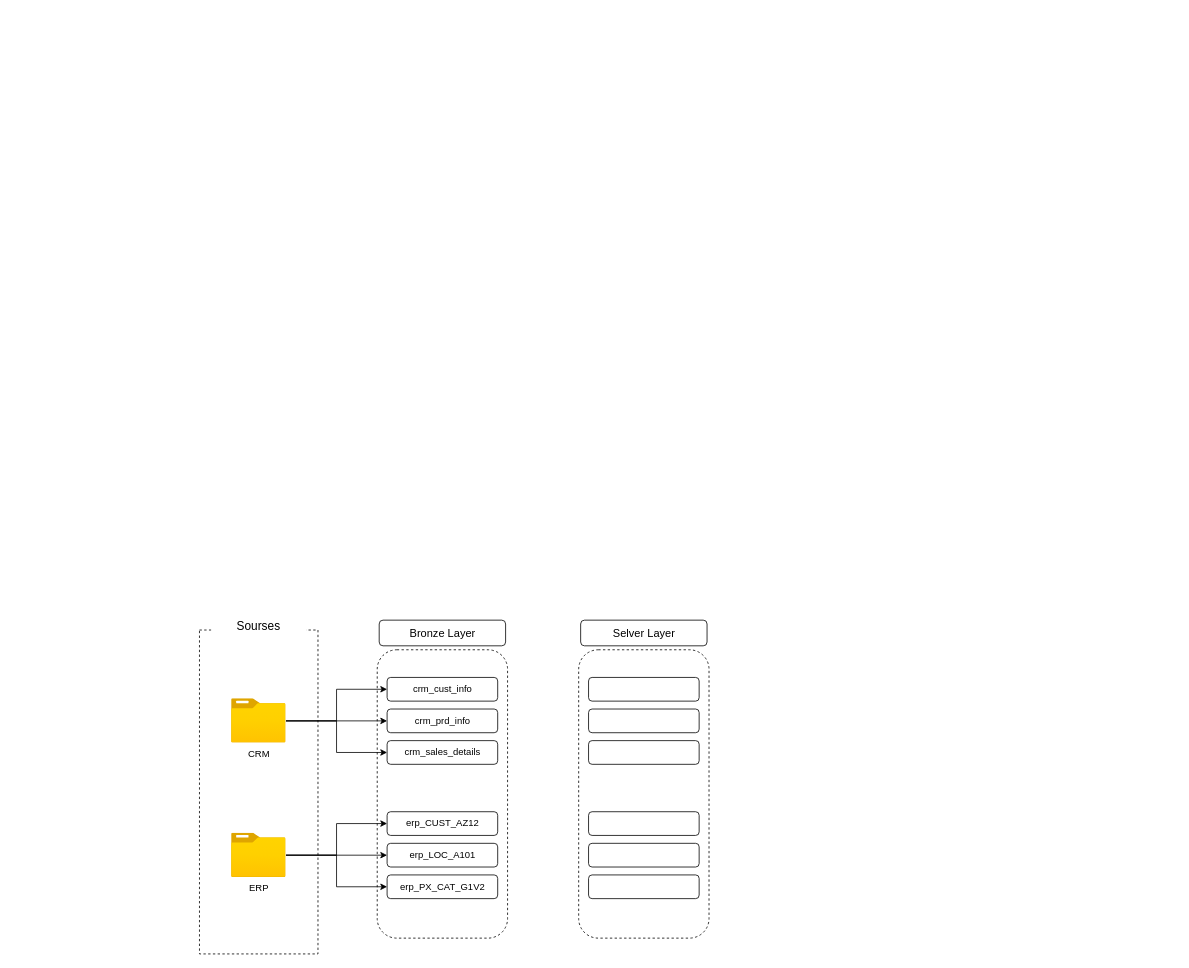
MEldeeeb/SQL-DWH-Project keeps this draw.io diagram as DWH diagram.drawio. Above is the earlier version. Source tidied: cells renumbered, new cells numbered last; positions are measured from the earlier drawing's top-left corner, leaving out a move shared by most shapes. Both pictures are drawn from the tidied source at 79%, with x=0, y=0 at pixel (199, 606).
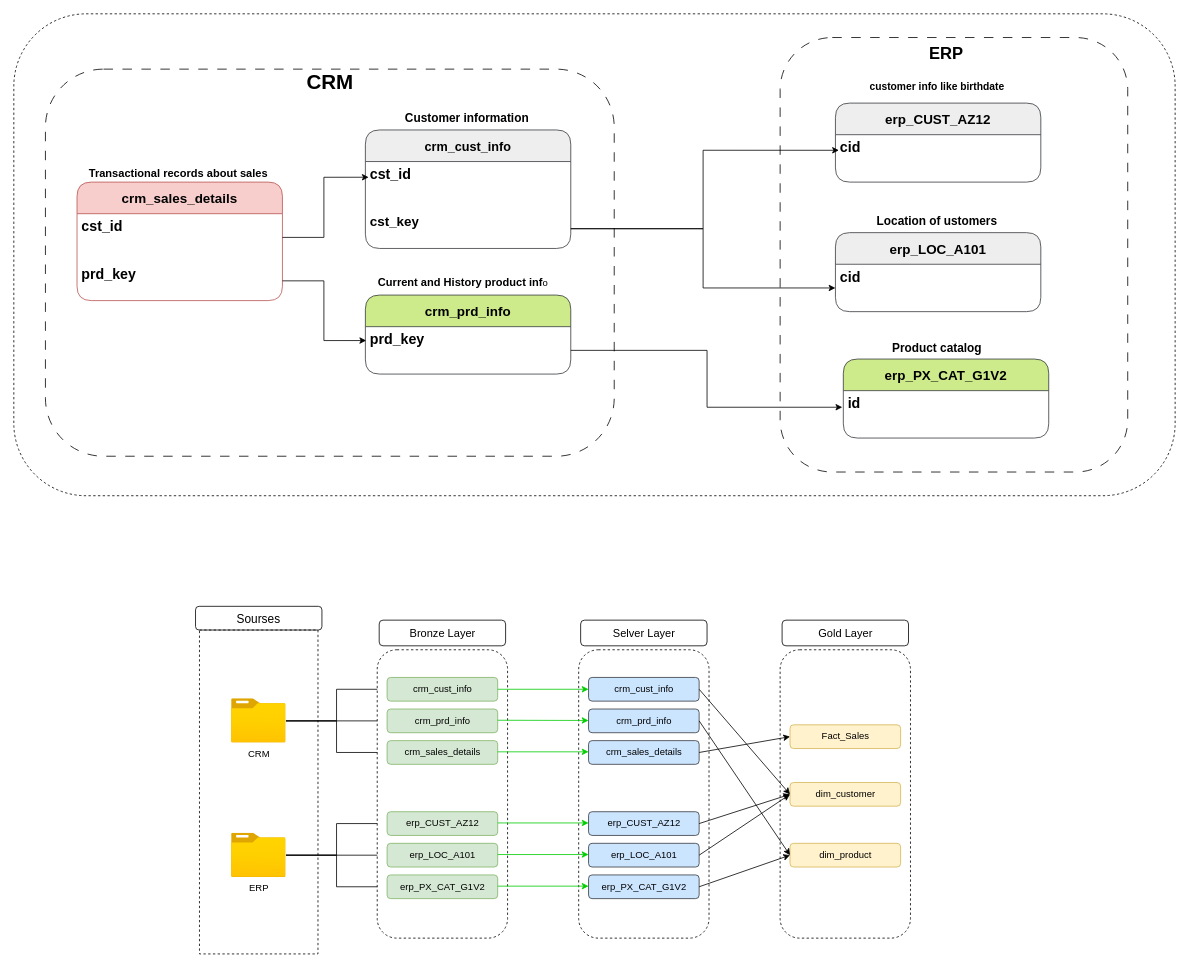
The same diagram, later.

The change refers to these unchanged cells:
```xml
<mxCell id="8" value="CRM" style="image;html=1;points=[];align=center;fontSize=12;image=img/lib/azure2/general/Folder_Blank.svg;" parent="1" vertex="1">
  <mxGeometry x="40.5" y="117" width="69" height="56" as="geometry" />
</mxCell>
<mxCell id="12" value="ERP" style="image;html=1;points=[];align=center;fontSize=12;image=img/lib/azure2/general/Folder_Blank.svg;" parent="1" vertex="1">
  <mxGeometry x="40.5" y="287" width="69" height="56" as="geometry" />
</mxCell>
```

Change to the diagram source:
```diff
@@
-    <mxCell id="3" value="&lt;font style=&quot;font-size: 15px;&quot;&gt;Sourses&lt;/font&gt;" style="rounded=1;whiteSpace=wrap;html=1;strokeColor=none;" parent="1" vertex="1">
-      <mxGeometry x="15" width="120" height="50" as="geometry" />
+    <mxCell id="3" value="&lt;font style=&quot;font-size: 15px;&quot;&gt;Sourses&lt;/font&gt;" style="rounded=1;whiteSpace=wrap;html=1;strokeColor=default;fillColor=none;" parent="1" vertex="1">
+      <mxGeometry x="-5" width="160" height="30" as="geometry" />
     </mxCell>
@@
-    <mxCell id="5" style="edgeStyle=orthogonalEdgeStyle;rounded=0;jettySize=auto;html=1;entryX=0;entryY=0.5;entryDx=0;entryDy=0;" parent="1" edge="1" source="8" target="14">
+    <mxCell id="5" style="edgeStyle=orthogonalEdgeStyle;rounded=0;jettySize=auto;html=1;entryX=0;entryY=0.5;entryDx=0;entryDy=0;flowAnimation=1;" parent="1" edge="1" source="8" target="14">
       <mxGeometry relative="1" as="geometry" />
     </mxCell>
-    <mxCell id="6" style="edgeStyle=orthogonalEdgeStyle;rounded=0;jettySize=auto;html=1;entryX=0;entryY=0.5;entryDx=0;entryDy=0;" parent="1" edge="1" source="8" target="15">
+    <mxCell id="6" style="edgeStyle=orthogonalEdgeStyle;rounded=0;jettySize=auto;html=1;entryX=0;entryY=0.5;entryDx=0;entryDy=0;flowAnimation=1;" parent="1" edge="1" source="8" target="15">
       <mxGeometry relative="1" as="geometry" />
     </mxCell>
-    <mxCell id="7" style="edgeStyle=orthogonalEdgeStyle;rounded=0;jettySize=auto;html=1;entryX=0;entryY=0.5;entryDx=0;entryDy=0;" parent="1" edge="1" source="8" target="16">
+    <mxCell id="7" style="edgeStyle=orthogonalEdgeStyle;rounded=0;jettySize=auto;html=1;entryX=0;entryY=0.5;entryDx=0;entryDy=0;flowAnimation=1;" parent="1" edge="1" source="8" target="16">
       <mxGeometry relative="1" as="geometry" />
     </mxCell>
@@
-    <mxCell id="9" style="edgeStyle=orthogonalEdgeStyle;rounded=0;jettySize=auto;html=1;entryX=0;entryY=0.5;entryDx=0;entryDy=0;" parent="1" edge="1" source="12" target="19">
+    <mxCell id="9" style="edgeStyle=orthogonalEdgeStyle;rounded=0;jettySize=auto;html=1;entryX=0;entryY=0.5;entryDx=0;entryDy=0;flowAnimation=1;" parent="1" edge="1" source="12" target="19">
       <mxGeometry relative="1" as="geometry" />
     </mxCell>
-    <mxCell id="10" style="edgeStyle=orthogonalEdgeStyle;rounded=0;jettySize=auto;html=1;entryX=0;entryY=0.5;entryDx=0;entryDy=0;" parent="1" edge="1" source="12" target="17">
+    <mxCell id="10" style="edgeStyle=orthogonalEdgeStyle;rounded=0;jettySize=auto;html=1;entryX=0;entryY=0.5;entryDx=0;entryDy=0;flowAnimation=1;" parent="1" edge="1" source="12" target="17">
       <mxGeometry relative="1" as="geometry" />
     </mxCell>
-    <mxCell id="11" style="edgeStyle=orthogonalEdgeStyle;rounded=0;jettySize=auto;html=1;entryX=0;entryY=0.5;entryDx=0;entryDy=0;" parent="1" edge="1" source="12" target="18">
+    <mxCell id="11" style="edgeStyle=orthogonalEdgeStyle;rounded=0;jettySize=auto;html=1;entryX=0;entryY=0.5;entryDx=0;entryDy=0;flowAnimation=1;" parent="1" edge="1" source="12" target="18">
       <mxGeometry relative="1" as="geometry" />
     </mxCell>
@@
-    <mxCell id="13" style="rounded=1;whiteSpace=wrap;html=1;dashed=1;fillColor=none;" parent="1" vertex="1">
+    <mxCell id="13" style="rounded=1;whiteSpace=wrap;html=1;dashed=1;" parent="1" vertex="1">
       <mxGeometry x="225" y="55" width="165" height="365" as="geometry" />
     </mxCell>
-    <mxCell id="14" value="crm_cust_info" style="rounded=1;whiteSpace=wrap;html=1;" parent="1" vertex="1">
+    <mxCell id="14" value="crm_cust_info" style="rounded=1;whiteSpace=wrap;html=1;fillColor=#d5e8d4;strokeColor=#82b366;" parent="1" vertex="1">
       <mxGeometry x="237.5" y="90" width="140" height="30" as="geometry" />
     </mxCell>
-    <mxCell id="15" value="crm_sales_details" style="rounded=1;whiteSpace=wrap;html=1;" parent="1" vertex="1">
+    <mxCell id="15" value="crm_sales_details" style="rounded=1;whiteSpace=wrap;html=1;fillColor=#d5e8d4;strokeColor=#82b366;" parent="1" vertex="1">
       <mxGeometry x="237.5" y="170" width="140" height="30" as="geometry" />
     </mxCell>
-    <mxCell id="16" value="crm_prd_info" style="rounded=1;whiteSpace=wrap;html=1;" parent="1" vertex="1">
+    <mxCell id="16" value="crm_prd_info" style="rounded=1;whiteSpace=wrap;html=1;fillColor=#d5e8d4;strokeColor=#82b366;" parent="1" vertex="1">
       <mxGeometry x="237.5" y="130" width="140" height="30" as="geometry" />
     </mxCell>
-    <mxCell id="17" value="erp_CUST_AZ12" style="rounded=1;whiteSpace=wrap;html=1;" parent="1" vertex="1">
+    <mxCell id="17" value="erp_CUST_AZ12" style="rounded=1;whiteSpace=wrap;html=1;fillColor=#d5e8d4;strokeColor=#82b366;" parent="1" vertex="1">
       <mxGeometry x="237.5" y="260" width="140" height="30" as="geometry" />
     </mxCell>
-    <mxCell id="18" value="erp_PX_CAT_G1V2" style="rounded=1;whiteSpace=wrap;html=1;" parent="1" vertex="1">
+    <mxCell id="18" value="erp_PX_CAT_G1V2" style="rounded=1;whiteSpace=wrap;html=1;fillColor=#d5e8d4;strokeColor=#82b366;" parent="1" vertex="1">
       <mxGeometry x="237.5" y="340" width="140" height="30" as="geometry" />
     </mxCell>
-    <mxCell id="19" value="erp_LOC_A101" style="rounded=1;whiteSpace=wrap;html=1;" parent="1" vertex="1">
+    <mxCell id="19" value="erp_LOC_A101" style="rounded=1;whiteSpace=wrap;html=1;fillColor=#d5e8d4;strokeColor=#82b366;" parent="1" vertex="1">
       <mxGeometry x="237.5" y="300" width="140" height="30" as="geometry" />
     </mxCell>
-    <mxCell id="20" style="rounded=1;whiteSpace=wrap;html=1;dashed=1;fillColor=none;" parent="1" vertex="1">
+    <mxCell id="20" style="rounded=1;whiteSpace=wrap;html=1;dashed=1;" parent="1" vertex="1">
       <mxGeometry x="480" y="55" width="165" height="365" as="geometry" />
     </mxCell>
-    <mxCell id="21" style="rounded=1;whiteSpace=wrap;html=1;" parent="1" vertex="1">
-      <mxGeometry x="492.5" y="90" width="140" height="30" as="geometry" />
-    </mxCell>
-    <mxCell id="22" style="rounded=1;whiteSpace=wrap;html=1;" parent="1" vertex="1">
-      <mxGeometry x="492.5" y="170" width="140" height="30" as="geometry" />
-    </mxCell>
-    <mxCell id="23" style="rounded=1;whiteSpace=wrap;html=1;" parent="1" vertex="1">
-      <mxGeometry x="492.5" y="130" width="140" height="30" as="geometry" />
-    </mxCell>
-    <mxCell id="24" style="rounded=1;whiteSpace=wrap;html=1;" parent="1" vertex="1">
-      <mxGeometry x="492.5" y="260" width="140" height="30" as="geometry" />
-    </mxCell>
-    <mxCell id="25" style="rounded=1;whiteSpace=wrap;html=1;" parent="1" vertex="1">
-      <mxGeometry x="492.5" y="340" width="140" height="30" as="geometry" />
-    </mxCell>
-    <mxCell id="26" style="rounded=1;whiteSpace=wrap;html=1;" parent="1" vertex="1">
-      <mxGeometry x="492.5" y="300" width="140" height="30" as="geometry" />
-    </mxCell>
@@
+    <mxCell id="28" value="crm_cust_info" style="rounded=1;whiteSpace=wrap;html=1;fillColor=#cce5ff;strokeColor=#36393d;" parent="1" vertex="1">
+      <mxGeometry x="492.5" y="90" width="140" height="30" as="geometry" />
+    </mxCell>
+    <mxCell id="29" value="crm_sales_details" style="rounded=1;whiteSpace=wrap;html=1;fillColor=#cce5ff;strokeColor=#36393d;" parent="1" vertex="1">
+      <mxGeometry x="492.5" y="170" width="140" height="30" as="geometry" />
+    </mxCell>
+    <mxCell id="30" value="crm_prd_info" style="rounded=1;whiteSpace=wrap;html=1;fillColor=#cce5ff;strokeColor=#36393d;" parent="1" vertex="1">
+      <mxGeometry x="492.5" y="130" width="140" height="30" as="geometry" />
+    </mxCell>
+    <mxCell id="31" value="erp_CUST_AZ12" style="rounded=1;whiteSpace=wrap;html=1;fillColor=#cce5ff;strokeColor=#36393d;" parent="1" vertex="1">
+      <mxGeometry x="492.5" y="260" width="140" height="30" as="geometry" />
+    </mxCell>
+    <mxCell id="32" value="erp_PX_CAT_G1V2" style="rounded=1;whiteSpace=wrap;html=1;fillColor=#cce5ff;strokeColor=#36393d;" parent="1" vertex="1">
+      <mxGeometry x="492.5" y="340" width="140" height="30" as="geometry" />
+    </mxCell>
+    <mxCell id="33" value="erp_LOC_A101" style="rounded=1;whiteSpace=wrap;html=1;fillColor=#cce5ff;strokeColor=#36393d;" parent="1" vertex="1">
+      <mxGeometry x="492.5" y="300" width="140" height="30" as="geometry" />
+    </mxCell>
+    <mxCell id="34" value="crm_cust_info" style="swimlane;fontStyle=1;horizontal=1;startSize=40;align=center;fontSize=16;rounded=1;fillColor=#eeeeee;strokeColor=#36393d;" parent="1" vertex="1">
+      <mxGeometry x="210" y="-603" width="260" height="150" as="geometry" />
+    </mxCell>
+    <mxCell id="35" value="&lt;font style=&quot;font-size: 18px;&quot;&gt;&lt;b style=&quot;&quot;&gt;cst_id&lt;/b&gt;&lt;/font&gt;" style="text;strokeColor=none;fillColor=none;spacingLeft=4;spacingRight=4;overflow=hidden;points=[[0,0.5],[1,0.5]];portConstraint=eastwest;fontSize=12;whiteSpace=wrap;html=1;" parent="34" vertex="1">
+      <mxGeometry y="40" width="260" height="60" as="geometry" />
+    </mxCell>
+    <mxCell id="36" value="&lt;font style=&quot;font-size: 17px;&quot;&gt;&lt;b&gt;cst_key&lt;/b&gt;&lt;/font&gt;" style="text;strokeColor=none;fillColor=none;spacingLeft=4;spacingRight=4;overflow=hidden;points=[[0,0.5],[1,0.5]];portConstraint=eastwest;fontSize=12;whiteSpace=wrap;html=1;align=left;" parent="34" vertex="1">
+      <mxGeometry y="100" width="260" height="50" as="geometry" />
+    </mxCell>
+    <mxCell id="37" value="crm_prd_info" style="swimlane;fontStyle=1;horizontal=1;startSize=40;align=center;fontSize=17;rounded=1;fillColor=#cdeb8b;strokeColor=#36393d;" parent="1" vertex="1">
+      <mxGeometry x="210" y="-394" width="260" height="100" as="geometry" />
+    </mxCell>
+    <mxCell id="38" value="&lt;font style=&quot;font-size: 18px;&quot;&gt;&lt;b style=&quot;&quot;&gt;prd_key&lt;/b&gt;&lt;/font&gt;" style="text;strokeColor=none;fillColor=none;spacingLeft=4;spacingRight=4;overflow=hidden;points=[[0,0.5],[1,0.5]];portConstraint=eastwest;fontSize=12;whiteSpace=wrap;html=1;" parent="37" vertex="1">
+      <mxGeometry y="40" width="260" height="60" as="geometry" />
+    </mxCell>
+    <mxCell id="39" value="crm_sales_details" style="swimlane;fontStyle=1;horizontal=1;startSize=40;align=center;fontSize=17;rounded=1;fillColor=#f8cecc;strokeColor=#b85450;" parent="1" vertex="1">
+      <mxGeometry x="-155" y="-537" width="260" height="150" as="geometry" />
+    </mxCell>
+    <mxCell id="40" value="&lt;font style=&quot;font-size: 18px;&quot;&gt;&lt;b style=&quot;&quot;&gt;cst_id&lt;/b&gt;&lt;/font&gt;" style="text;strokeColor=none;fillColor=none;spacingLeft=4;spacingRight=4;overflow=hidden;points=[[0,0.5],[1,0.5]];portConstraint=eastwest;fontSize=12;whiteSpace=wrap;html=1;" parent="39" vertex="1">
+      <mxGeometry y="40" width="260" height="60" as="geometry" />
+    </mxCell>
+    <mxCell id="41" value="&lt;b style=&quot;font-size: 18px;&quot;&gt;prd_key&lt;/b&gt;" style="text;strokeColor=none;fillColor=none;spacingLeft=4;spacingRight=4;overflow=hidden;points=[[0,0.5],[1,0.5]];portConstraint=eastwest;fontSize=12;whiteSpace=wrap;html=1;align=left;" parent="39" vertex="1">
+      <mxGeometry y="100" width="260" height="50" as="geometry" />
+    </mxCell>
+    <mxCell id="42" style="edgeStyle=orthogonalEdgeStyle;rounded=0;jettySize=auto;html=1;entryX=0.016;entryY=0.331;entryDx=0;entryDy=0;entryPerimeter=0;" parent="1" edge="1" source="40" target="35">
+      <mxGeometry relative="1" as="geometry" />
+    </mxCell>
+    <mxCell id="43" style="edgeStyle=orthogonalEdgeStyle;rounded=0;jettySize=auto;html=1;entryX=0.004;entryY=0.293;entryDx=0;entryDy=0;entryPerimeter=0;" parent="1" edge="1" source="41" target="38">
+      <mxGeometry relative="1" as="geometry" />
+    </mxCell>
+    <mxCell id="44" value="erp_PX_CAT_G1V2" style="swimlane;fontStyle=1;horizontal=1;startSize=40;align=center;fontSize=17;rounded=1;fillColor=#cdeb8b;strokeColor=#36393d;" parent="1" vertex="1">
+      <mxGeometry x="815" y="-313" width="260" height="100" as="geometry" />
+    </mxCell>
+    <mxCell id="45" value="&lt;font style=&quot;font-size: 18px;&quot;&gt;&lt;b style=&quot;&quot;&gt;id&lt;/b&gt;&lt;/font&gt;" style="text;strokeColor=none;fillColor=none;spacingLeft=4;spacingRight=4;overflow=hidden;points=[[0,0.5],[1,0.5]];portConstraint=eastwest;fontSize=12;whiteSpace=wrap;html=1;" parent="44" vertex="1">
+      <mxGeometry y="40" width="260" height="60" as="geometry" />
+    </mxCell>
+    <mxCell id="46" value="erp_CUST_AZ12" style="swimlane;fontStyle=1;horizontal=1;startSize=40;align=center;fontSize=17;rounded=1;fillColor=#eeeeee;strokeColor=#36393d;" parent="1" vertex="1">
+      <mxGeometry x="805" y="-637" width="260" height="100" as="geometry" />
+    </mxCell>
+    <mxCell id="47" value="&lt;font style=&quot;font-size: 18px;&quot;&gt;&lt;b style=&quot;&quot;&gt;cid&lt;/b&gt;&lt;/font&gt;" style="text;strokeColor=none;fillColor=none;spacingLeft=4;spacingRight=4;overflow=hidden;points=[[0,0.5],[1,0.5]];portConstraint=eastwest;fontSize=12;whiteSpace=wrap;html=1;" parent="46" vertex="1">
+      <mxGeometry y="40" width="260" height="60" as="geometry" />
+    </mxCell>
+    <mxCell id="48" value="erp_LOC_A101" style="swimlane;fontStyle=1;horizontal=1;startSize=40;align=center;fontSize=17;rounded=1;fillColor=#eeeeee;strokeColor=#36393d;" parent="1" vertex="1">
+      <mxGeometry x="805" y="-473" width="260" height="100" as="geometry" />
+    </mxCell>
+    <mxCell id="49" value="&lt;font style=&quot;font-size: 18px;&quot;&gt;&lt;b style=&quot;&quot;&gt;cid&lt;/b&gt;&lt;/font&gt;" style="text;strokeColor=none;fillColor=none;spacingLeft=4;spacingRight=4;overflow=hidden;points=[[0,0.5],[1,0.5]];portConstraint=eastwest;fontSize=12;whiteSpace=wrap;html=1;" parent="48" vertex="1">
+      <mxGeometry y="40" width="260" height="60" as="geometry" />
+    </mxCell>
+    <mxCell id="50" style="edgeStyle=orthogonalEdgeStyle;rounded=0;jettySize=auto;html=1;entryX=-0.005;entryY=0.35;entryDx=0;entryDy=0;entryPerimeter=0;" parent="1" edge="1" source="38" target="45">
+      <mxGeometry relative="1" as="geometry" />
+    </mxCell>
+    <mxCell id="51" style="edgeStyle=orthogonalEdgeStyle;rounded=0;jettySize=auto;html=1;entryX=0.017;entryY=0.329;entryDx=0;entryDy=0;entryPerimeter=0;" parent="1" edge="1" source="36" target="47">
+      <mxGeometry relative="1" as="geometry" />
+    </mxCell>
+    <mxCell id="52" style="edgeStyle=orthogonalEdgeStyle;rounded=0;jettySize=auto;html=1;entryX=0;entryY=0.5;entryDx=0;entryDy=0;" parent="1" edge="1" source="36" target="49">
+      <mxGeometry relative="1" as="geometry" />
+    </mxCell>
+    <mxCell id="53" value="&lt;font style=&quot;font-size: 13px;&quot;&gt;&lt;b&gt;customer info like birthdate&lt;/b&gt;&lt;/font&gt;&amp;nbsp;" style="text;html=1;align=center;verticalAlign=middle;strokeColor=none;fillColor=none;" parent="1" vertex="1">
+      <mxGeometry x="835" y="-673" width="200" height="30" as="geometry" />
+    </mxCell>
+    <mxCell id="54" value="&lt;b&gt;&lt;font style=&quot;font-size: 15px;&quot;&gt;Location of ustomers&lt;/font&gt;&lt;/b&gt;&amp;nbsp;" style="text;html=1;align=center;verticalAlign=middle;strokeColor=none;fillColor=none;" parent="1" vertex="1">
+      <mxGeometry x="845" y="-503" width="180" height="30" as="geometry" />
+    </mxCell>
+    <mxCell id="55" value="&lt;font style=&quot;font-size: 15px;&quot;&gt;&lt;b&gt;Product catalog&lt;/b&gt;&lt;/font&gt;&amp;nbsp;" style="text;html=1;align=center;verticalAlign=middle;strokeColor=none;fillColor=none;" parent="1" vertex="1">
+      <mxGeometry x="865" y="-343" width="140" height="30" as="geometry" />
+    </mxCell>
+    <mxCell id="56" value="&lt;b&gt;&lt;font style=&quot;font-size: 15px;&quot;&gt;Customer information&lt;/font&gt;&lt;/b&gt;&amp;nbsp;" style="text;html=1;align=center;verticalAlign=middle;strokeColor=none;fillColor=none;" parent="1" vertex="1">
+      <mxGeometry x="250" y="-633" width="180" height="30" as="geometry" />
+    </mxCell>
+    <mxCell id="57" value="&lt;font style=&quot;font-size: 14px;&quot;&gt;&lt;b&gt;Current and History product inf&lt;/b&gt;&lt;/font&gt;o&amp;nbsp;" style="text;html=1;align=center;verticalAlign=middle;strokeColor=none;fillColor=none;" parent="1" vertex="1">
+      <mxGeometry x="215" y="-425" width="240" height="30" as="geometry" />
+    </mxCell>
+    <mxCell id="58" value="&lt;font style=&quot;font-size: 14px;&quot;&gt;&lt;b&gt;Transactional records about sales&amp;nbsp;&lt;/b&gt;&lt;/font&gt;" style="text;html=1;align=center;verticalAlign=middle;strokeColor=none;fillColor=none;" parent="1" vertex="1">
+      <mxGeometry x="-150" y="-563" width="250" height="30" as="geometry" />
+    </mxCell>
+    <mxCell id="59" value="&lt;font style=&quot;font-size: 26px;&quot;&gt;&lt;b&gt;CRM&lt;/b&gt;&lt;/font&gt;" style="text;html=1;align=center;verticalAlign=middle;strokeColor=none;fillColor=none;" parent="1" vertex="1">
+      <mxGeometry x="125" y="-683" width="80" height="40" as="geometry" />
+    </mxCell>
+    <mxCell id="60" value="&lt;font style=&quot;font-size: 21px;&quot;&gt;&lt;b style=&quot;&quot;&gt;ERP&lt;/b&gt;&lt;/font&gt;" style="text;html=1;align=center;verticalAlign=middle;strokeColor=none;fillColor=none;" parent="1" vertex="1">
+      <mxGeometry x="910" y="-720" width="70" height="40" as="geometry" />
+    </mxCell>
+    <mxCell id="61" style="rounded=1;whiteSpace=wrap;html=1;dashed=1;" parent="1" vertex="1">
+      <mxGeometry x="735" y="55" width="165" height="365" as="geometry" />
+    </mxCell>
+    <mxCell id="62" value="&lt;span style=&quot;font-size: 14px;&quot;&gt;Gold Layer&lt;/span&gt;" style="rounded=1;whiteSpace=wrap;html=1;fillColor=none;strokeColor=default;" parent="1" vertex="1">
+      <mxGeometry x="737.5" y="17.5" width="160" height="32.5" as="geometry" />
+    </mxCell>
+    <mxCell id="63" value="Fact_Sales" style="rounded=1;whiteSpace=wrap;html=1;fillColor=#fff2cc;strokeColor=#d6b656;" parent="1" vertex="1">
+      <mxGeometry x="747.5" y="150" width="140" height="30" as="geometry" />
+    </mxCell>
+    <mxCell id="64" value="dim_product" style="rounded=1;whiteSpace=wrap;html=1;fillColor=#fff2cc;strokeColor=#d6b656;" parent="1" vertex="1">
+      <mxGeometry x="747.5" y="300" width="140" height="30" as="geometry" />
+    </mxCell>
+    <mxCell id="65" value="dim_customer" style="rounded=1;whiteSpace=wrap;html=1;fillColor=#fff2cc;strokeColor=#d6b656;" parent="1" vertex="1">
+      <mxGeometry x="747.5" y="223" width="140" height="30" as="geometry" />
+    </mxCell>
+    <mxCell id="66" style="endArrow=classic;html=1;rounded=0;entryX=0;entryY=0.5;entryDx=0;entryDy=0;exitX=1;exitY=0.5;exitDx=0;exitDy=0;flowAnimation=1;" parent="1" edge="1" source="29" target="63">
+      <mxGeometry relative="1" as="geometry" />
+    </mxCell>
+    <mxCell id="67" style="endArrow=classic;html=1;rounded=0;entryX=0;entryY=0.5;entryDx=0;entryDy=0;exitX=1;exitY=0.5;exitDx=0;exitDy=0;flowAnimation=1;" parent="1" edge="1" source="30" target="64">
+      <mxGeometry relative="1" as="geometry" />
+    </mxCell>
+    <mxCell id="68" style="endArrow=classic;html=1;rounded=0;entryX=0;entryY=0.5;entryDx=0;entryDy=0;exitX=1;exitY=0.5;exitDx=0;exitDy=0;flowAnimation=1;" parent="1" edge="1" source="31" target="65">
+      <mxGeometry relative="1" as="geometry" />
+    </mxCell>
+    <mxCell id="69" style="endArrow=classic;html=1;rounded=0;entryX=0;entryY=0.5;entryDx=0;entryDy=0;exitX=1;exitY=0.5;exitDx=0;exitDy=0;flowAnimation=1;" parent="1" edge="1" source="33" target="65">
+      <mxGeometry relative="1" as="geometry" />
+    </mxCell>
+    <mxCell id="70" style="endArrow=classic;html=1;rounded=0;entryX=0;entryY=0.5;entryDx=0;entryDy=0;exitX=1;exitY=0.5;exitDx=0;exitDy=0;flowAnimation=1;" parent="1" edge="1" source="28" target="65">
+      <mxGeometry relative="1" as="geometry" />
+    </mxCell>
+    <mxCell id="71" style="endArrow=classic;html=1;rounded=0;entryX=0;entryY=0.5;entryDx=0;entryDy=0;exitX=1;exitY=0.5;exitDx=0;exitDy=0;flowAnimation=1;" parent="1" edge="1" source="32" target="64">
+      <mxGeometry relative="1" as="geometry" />
+    </mxCell>
+    <mxCell id="72" style="endArrow=classic;html=1;rounded=0;exitX=1;exitY=0.5;exitDx=0;exitDy=0;entryX=0;entryY=0.5;entryDx=0;entryDy=0;strokeColor=#00CC00;flowAnimation=1;" parent="1" edge="1" source="14" target="28">
+      <mxGeometry relative="1" as="geometry" />
+    </mxCell>
+    <mxCell id="73" style="endArrow=classic;html=1;rounded=0;entryX=0;entryY=0.5;entryDx=0;entryDy=0;strokeColor=#00CC00;flowAnimation=1;" parent="1" edge="1">
+      <mxGeometry relative="1" as="geometry">
+        <mxPoint x="377.5" y="144.2" as="sourcePoint" />
+        <mxPoint x="492.5" y="144.5" as="targetPoint" />
+      </mxGeometry>
+    </mxCell>
+    <mxCell id="74" style="endArrow=classic;html=1;rounded=0;exitX=1;exitY=0.5;exitDx=0;exitDy=0;entryX=0;entryY=0.5;entryDx=0;entryDy=0;strokeColor=#00CC00;flowAnimation=1;" parent="1" edge="1">
+      <mxGeometry relative="1" as="geometry">
+        <mxPoint x="377.5" y="184.2" as="sourcePoint" />
+        <mxPoint x="492.5" y="184.2" as="targetPoint" />
+      </mxGeometry>
+    </mxCell>
+    <mxCell id="75" style="endArrow=classic;html=1;rounded=0;exitX=1;exitY=0.5;exitDx=0;exitDy=0;entryX=0;entryY=0.5;entryDx=0;entryDy=0;strokeColor=#00CC00;flowAnimation=1;" parent="1" edge="1">
+      <mxGeometry relative="1" as="geometry">
+        <mxPoint x="377.5" y="274.2" as="sourcePoint" />
+        <mxPoint x="492.5" y="274.2" as="targetPoint" />
+      </mxGeometry>
+    </mxCell>
+    <mxCell id="76" style="endArrow=classic;html=1;rounded=0;exitX=1;exitY=0.5;exitDx=0;exitDy=0;entryX=0;entryY=0.5;entryDx=0;entryDy=0;strokeColor=#00CC00;flowAnimation=1;" parent="1" edge="1">
+      <mxGeometry relative="1" as="geometry">
+        <mxPoint x="377.5" y="314.2" as="sourcePoint" />
+        <mxPoint x="492.5" y="314.2" as="targetPoint" />
+      </mxGeometry>
+    </mxCell>
+    <mxCell id="77" style="rounded=1;whiteSpace=wrap;html=1;fillColor=none;dashed=1;dashPattern=12 12;shadow=0;" parent="1" vertex="1">
+      <mxGeometry x="-195" y="-680" width="720" height="490" as="geometry" />
+    </mxCell>
+    <mxCell id="78" style="rounded=1;whiteSpace=wrap;html=1;fillColor=none;dashed=1;" parent="1" vertex="1">
+      <mxGeometry x="-235" y="-750" width="1470" height="610" as="geometry" />
+    </mxCell>
+    <mxCell id="79" style="rounded=1;whiteSpace=wrap;html=1;fillColor=none;dashed=1;dashPattern=12 12;shadow=0;" parent="1" vertex="1">
+      <mxGeometry x="735" y="-720" width="440" height="550" as="geometry" />
+    </mxCell>
+    <mxCell id="80" style="endArrow=classic;html=1;rounded=0;exitX=1;exitY=0.5;exitDx=0;exitDy=0;entryX=0;entryY=0.5;entryDx=0;entryDy=0;strokeColor=#00CC00;flowAnimation=1;" parent="1" edge="1">
+      <mxGeometry relative="1" as="geometry">
+        <mxPoint x="377.5" y="354.2" as="sourcePoint" />
+        <mxPoint x="492.5" y="354.2" as="targetPoint" />
+      </mxGeometry>
+    </mxCell>
```
